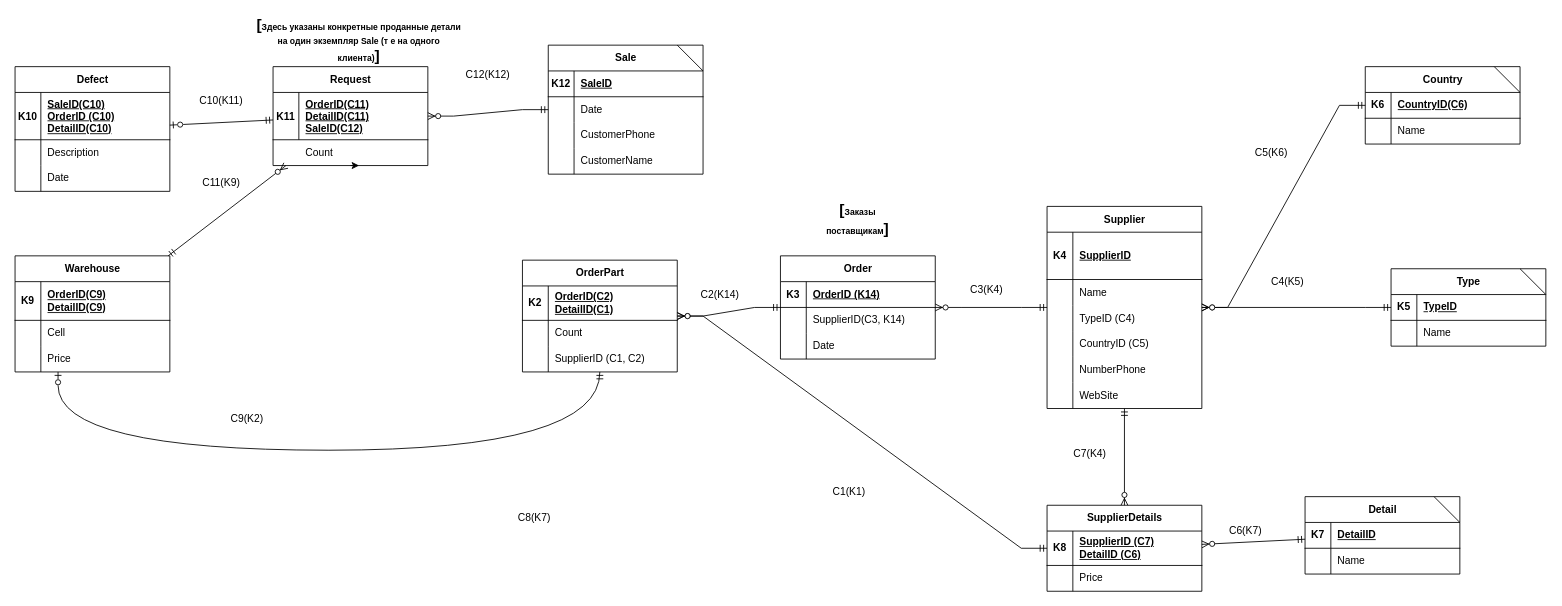
This is База_данных_магазина_автозапчастей.drawio from Raviolya/AutoPartsShop, a draw.io file, before an edit. Source tidied: cells renumbered, new cells numbered last; positions are measured from the earlier drawing's top-left corner, leaving out a move shared by most shapes. Both pictures are drawn from the tidied source at 86%, with x=0, y=0 at pixel (15, 15).
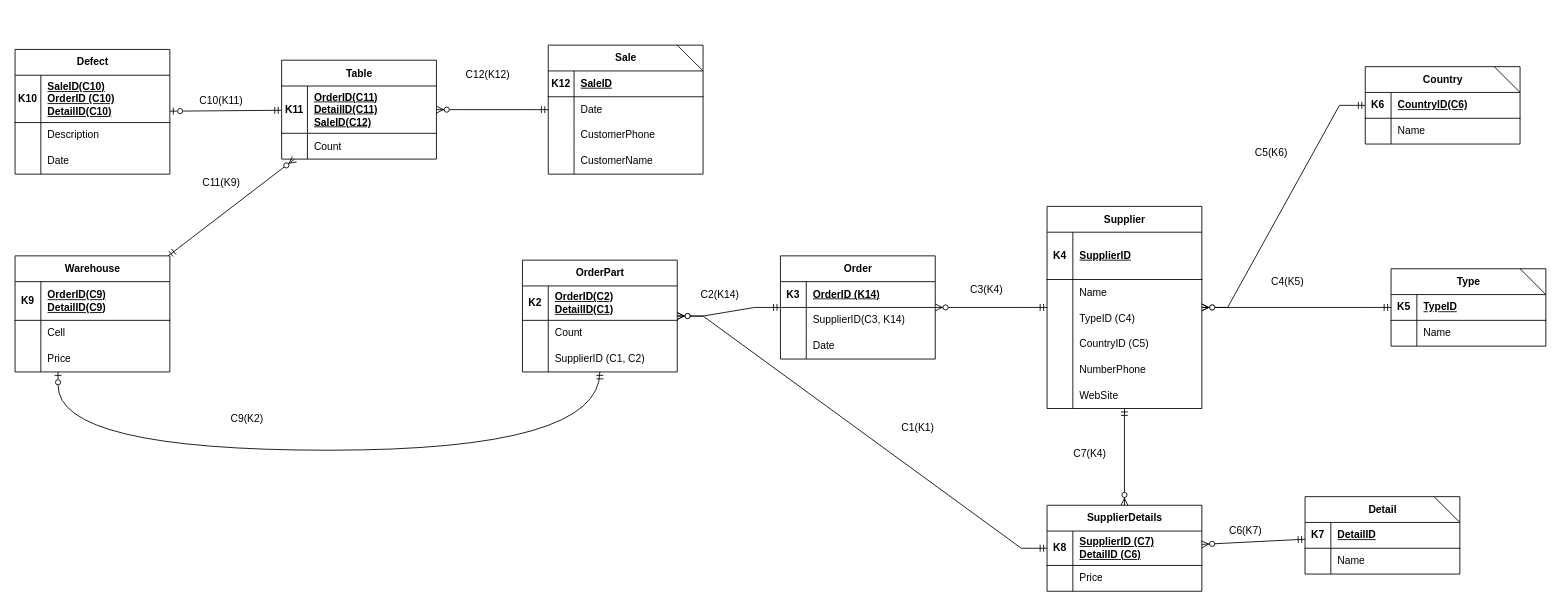
The same diagram, later.

The change refers to these unchanged cells:
```xml
<mxCell id="38" value="Sale" style="shape=table;startSize=30;childLayout=tableLayout;rowLines=0;fontStyle=1;align=center;html=1;" parent="1" vertex="1">
  <mxGeometry x="620" y="35" width="180" height="150" as="geometry" />
</mxCell>
<mxCell id="56" value="Warehouse" style="shape=table;startSize=30;childLayout=tableLayout;rowLines=0;fontStyle=1;align=center;html=1;" parent="1" vertex="1">
  <mxGeometry y="280" width="180" height="135" as="geometry" />
</mxCell>
<mxCell id="136" style="shape=tableRow;horizontal=0;startSize=0;swimlaneHead=0;swimlaneBody=0;fillColor=none;top=0;left=0;right=0;bottom=0;" parent="1" vertex="1">
  <mxGeometry x="300" y="145" width="180" height="30" as="geometry" />
</mxCell>
```

Change to the diagram source:
```diff
@@
-    <mxCell id="51" style="edgeStyle=orthogonalEdgeStyle;rounded=0;jettySize=auto;html=1;exitX=0.5;exitY=1;exitDx=0;exitDy=0;" parent="1" edge="1" source="52">
-      <mxGeometry relative="1" as="geometry">
-        <mxPoint x="400" y="175.4" as="targetPoint" />
-      </mxGeometry>
-    </mxCell>
-    <mxCell id="52" value="Request" style="shape=table;startSize=30;childLayout=tableLayout;rowLines=0;fontStyle=1;align=center;html=1;" parent="1" vertex="1">
-      <mxGeometry x="300" y="60" width="180" height="115" as="geometry" />
-    </mxCell>
-    <mxCell id="53" style="shape=tableRow;horizontal=0;startSize=0;swimlaneHead=0;swimlaneBody=0;fillColor=none;points=[[0,0.5],[1,0.5]];portConstraint=eastwest;top=0;left=0;right=0;bottom=1;" parent="52" vertex="1">
-      <mxGeometry y="30" width="180" height="55" as="geometry" />
-    </mxCell>
-    <mxCell id="54" value="K11" style="shape=partialRectangle;fillColor=none;top=0;left=0;bottom=0;right=0;fontStyle=1;overflow=hidden;whiteSpace=wrap;html=1;" parent="53" vertex="1">
-      <mxGeometry width="30" height="55" as="geometry" />
-    </mxCell>
-    <mxCell id="55" value="OrderID(С11)&lt;div&gt;DetailID(С11)&lt;/div&gt;&lt;div&gt;SaleID(C12)&lt;/div&gt;" style="shape=partialRectangle;fillColor=none;top=0;left=0;bottom=0;right=0;align=left;spacingLeft=6;fontStyle=5;overflow=hidden;whiteSpace=wrap;html=1;" parent="53" vertex="1">
-      <mxGeometry x="30" width="150" height="55" as="geometry" />
-    </mxCell>
@@
     <mxCell id="66" value="Defect" style="shape=table;startSize=30;childLayout=tableLayout;rowLines=0;fontStyle=1;align=center;html=1;" parent="1" vertex="1">
-      <mxGeometry y="60" width="180" height="145" as="geometry" />
+      <mxGeometry y="40" width="180" height="145" as="geometry" />
     </mxCell>
@@
-    <mxCell id="89" style="fontSize=12;html=1;endArrow=ERzeroToMany;startArrow=ERmandOne;rounded=0;" parent="1" edge="1" source="56" target="52">
+    <mxCell id="89" style="fontSize=12;html=1;endArrow=ERzeroToMany;startArrow=ERmandOne;rounded=0;" parent="1" edge="1" source="56" target="139">
       <mxGeometry relative="1" as="geometry" />
     </mxCell>
-    <mxCell id="90" style="edgeStyle=entityRelationEdgeStyle;fontSize=12;html=1;endArrow=ERzeroToMany;startArrow=ERmandOne;rounded=0;" parent="1" edge="1" source="38" target="53">
+    <mxCell id="90" style="edgeStyle=entityRelationEdgeStyle;fontSize=12;html=1;endArrow=ERzeroToMany;startArrow=ERmandOne;rounded=0;" parent="1" edge="1" source="38" target="139">
       <mxGeometry relative="1" as="geometry" />
     </mxCell>
-    <mxCell id="91" style="fontSize=12;html=1;endArrow=ERzeroToOne;startArrow=ERmandOne;rounded=0;endFill=0;" parent="1" edge="1" source="52" target="66">
+    <mxCell id="91" style="fontSize=12;html=1;endArrow=ERzeroToOne;startArrow=ERmandOne;rounded=0;endFill=0;" parent="1" edge="1" source="139" target="66">
       <mxGeometry relative="1" as="geometry" />
     </mxCell>
     <mxCell id="92" value="С1(K1)" style="text;html=1;align=center;verticalAlign=middle;whiteSpace=wrap;rounded=0;" parent="1" vertex="1">
-      <mxGeometry x="940" y="540" width="60" height="30" as="geometry" />
+      <mxGeometry x="1020" y="465" width="60" height="30" as="geometry" />
     </mxCell>
@@
-    <mxCell id="132" value="С8(K7&lt;span style=&quot;background-color: transparent;&quot;&gt;)&lt;/span&gt;" style="text;html=1;align=center;verticalAlign=middle;whiteSpace=wrap;rounded=0;" parent="1" vertex="1">
-      <mxGeometry x="574" y="570" width="60" height="30" as="geometry" />
-    </mxCell>
@@
-    <mxCell id="134" value="&lt;font style=&quot;&quot;&gt;&lt;b style=&quot;&quot;&gt;&lt;span style=&quot;font-size: 18px;&quot;&gt;[&lt;/span&gt;&lt;font size=&quot;1&quot;&gt;Здесь указаны конкретные проданные детали на один экземпляр Sale (т е на одного клиента)&lt;/font&gt;&lt;span style=&quot;font-size: 18px;&quot;&gt;]&lt;/span&gt;&lt;/b&gt;&lt;/font&gt;" style="text;html=1;align=center;verticalAlign=middle;whiteSpace=wrap;rounded=0;" parent="1" vertex="1">
-      <mxGeometry x="280" width="240" height="60" as="geometry" />
-    </mxCell>
-    <mxCell id="135" value="&lt;font style=&quot;&quot;&gt;&lt;b style=&quot;&quot;&gt;&lt;span style=&quot;font-size: 18px;&quot;&gt;[&lt;/span&gt;&lt;font size=&quot;1&quot;&gt;Заказы поставщикам&lt;/font&gt;&lt;/b&gt;&lt;/font&gt;&lt;b&gt;&lt;span style=&quot;font-size: 18px;&quot;&gt;]&lt;/span&gt;&lt;/b&gt;" style="text;html=1;align=center;verticalAlign=middle;whiteSpace=wrap;rounded=0;" parent="1" vertex="1">
-      <mxGeometry x="950" y="222.5" width="60" height="30" as="geometry" />
-    </mxCell>
@@
+    <mxCell id="139" value="Table" style="shape=table;startSize=30;childLayout=tableLayout;rowLines=0;fontStyle=1;align=center;html=1;" parent="1" vertex="1">
+      <mxGeometry x="310" y="52.5" width="180" height="115" as="geometry" />
+    </mxCell>
+    <mxCell id="53" style="shape=tableRow;horizontal=0;startSize=0;swimlaneHead=0;swimlaneBody=0;fillColor=none;points=[[0,0.5],[1,0.5]];portConstraint=eastwest;top=0;left=0;right=0;bottom=1;" parent="139" vertex="1">
+      <mxGeometry y="30" width="180" height="55" as="geometry" />
+    </mxCell>
+    <mxCell id="54" value="K11" style="shape=partialRectangle;fillColor=none;top=0;left=0;bottom=0;right=0;fontStyle=1;overflow=hidden;whiteSpace=wrap;html=1;" parent="53" vertex="1">
+      <mxGeometry width="30" height="55" as="geometry" />
+    </mxCell>
+    <mxCell id="55" value="OrderID(С11)&lt;div&gt;DetailID(С11)&lt;/div&gt;&lt;div&gt;SaleID(C12)&lt;/div&gt;" style="shape=partialRectangle;fillColor=none;top=0;left=0;bottom=0;right=0;align=left;spacingLeft=6;fontStyle=5;overflow=hidden;whiteSpace=wrap;html=1;" parent="53" vertex="1">
+      <mxGeometry x="30" width="150" height="55" as="geometry" />
+    </mxCell>
+    <mxCell id="140" style="shape=tableRow;horizontal=0;startSize=0;swimlaneHead=0;swimlaneBody=0;fillColor=none;top=0;left=0;right=0;bottom=0;" parent="139" vertex="1">
+      <mxGeometry y="85" width="180" height="30" as="geometry" />
+    </mxCell>
+    <mxCell id="141" style="shape=partialRectangle;fillColor=none;top=0;left=0;bottom=0;right=0;overflow=hidden;whiteSpace=wrap;html=1;" parent="140" vertex="1">
+      <mxGeometry width="30" height="30" as="geometry" />
+    </mxCell>
-    <mxCell id="138" value="Count" style="shape=partialRectangle;fillColor=none;top=0;left=0;bottom=0;right=0;align=left;spacingLeft=6;overflow=hidden;whiteSpace=wrap;html=1;" parent="136" vertex="1">
+    <mxCell id="138" value="Count" style="shape=partialRectangle;fillColor=none;top=0;left=0;bottom=0;right=0;align=left;spacingLeft=6;overflow=hidden;whiteSpace=wrap;html=1;" parent="140" vertex="1">
       <mxGeometry x="30" width="150" height="30" as="geometry" />
     </mxCell>
```
